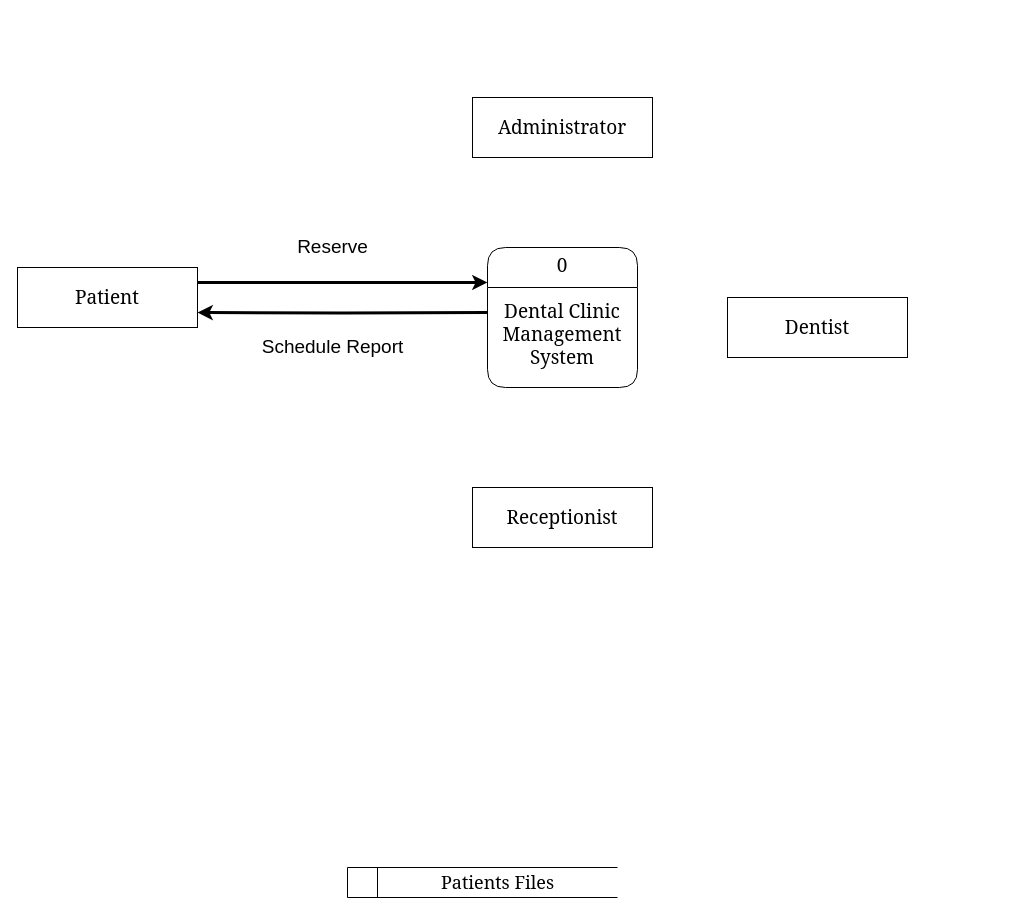
MohamedIsa/Dental-Clinic-System keeps this draw.io diagram as Untitled Diagram.drawio. Above is the earlier version. Source tidied: cells renumbered, new cells numbered last; positions are measured from the earlier drawing's top-left corner, leaving out a move shared by most shapes. Both pictures are drawn from the tidied source at 100%, with x=0, y=0 at pixel (17, 97).
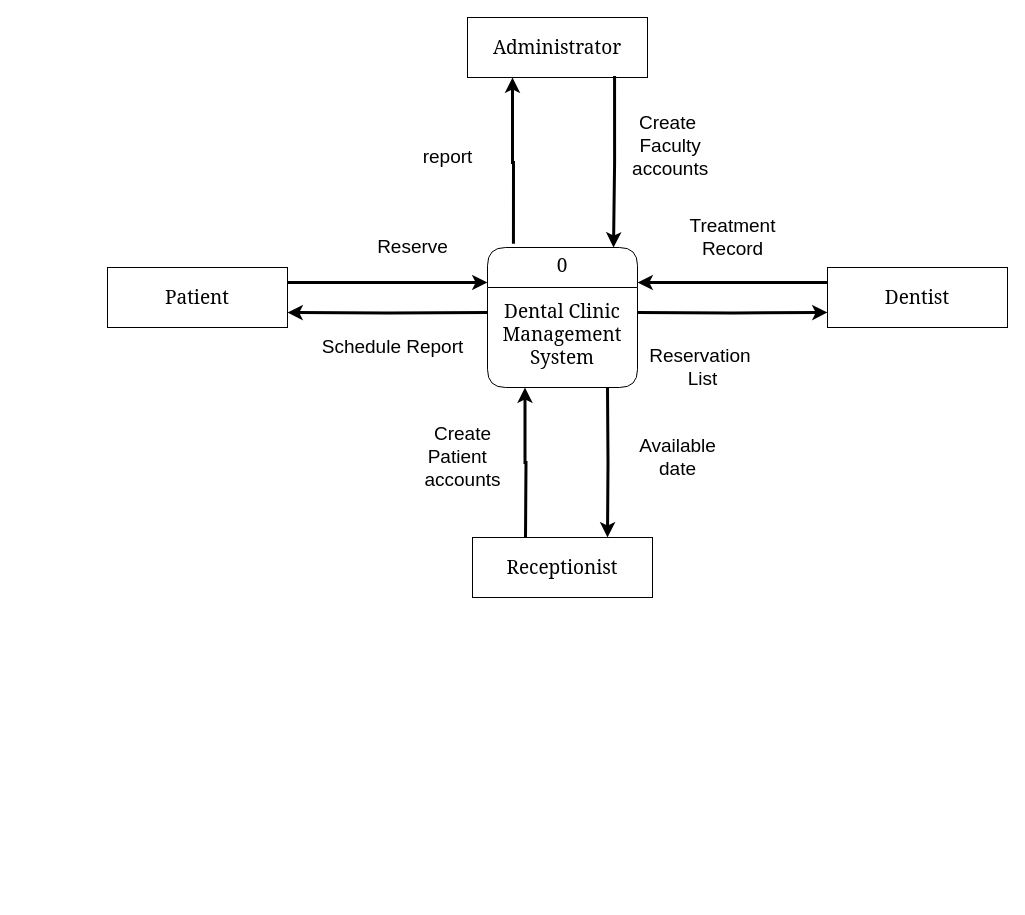
The same page after the edit.

The change refers to these unchanged cells:
```xml
<mxCell id="4" value="0&#10;&#10;Dental Clinic&#10;Management&#10;System&#10;" style="swimlane;fontStyle=0;horizontal=1;startSize=40;fillColor=#ffffff;swimlaneFillColor=#ffffff;rounded=1;fontSize=19;fontFamily=Georgia;verticalAlign=top;" parent="1" vertex="1">
  <mxGeometry x="470" y="150" width="150" height="140" as="geometry" />
</mxCell>
```

Diff of the diagram source:
```diff
@@
-    <mxCell id="2" value="&lt;span style=&quot;white-space: pre;&quot;&gt;&#9;&lt;/span&gt;&lt;span style=&quot;white-space: pre;&quot;&gt;&#9;&lt;/span&gt;&amp;nbsp; &amp;nbsp;Patients Files" style="html=1;dashed=0;whiteSpace=wrap;shape=mxgraph.dfd.dataStoreID;align=left;spacingLeft=3;fontFamily=Georgia;fontSize=18;" parent="1" vertex="1">
-      <mxGeometry x="330" y="770" width="270" height="30" as="geometry" />
-    </mxCell>
@@
     <mxCell id="5" value="Administrator" style="html=1;dashed=0;whiteSpace=wrap;rounded=0;fontSize=19;fontFamily=Georgia;" parent="1" vertex="1">
-      <mxGeometry x="455" width="180" height="60" as="geometry" />
+      <mxGeometry x="450" y="-80" width="180" height="60" as="geometry" />
     </mxCell>
@@
     <mxCell id="7" value="Patient" style="html=1;dashed=0;whiteSpace=wrap;rounded=0;fontSize=19;fontFamily=Georgia;" parent="1" vertex="1">
-      <mxGeometry y="170" width="180" height="60" as="geometry" />
+      <mxGeometry x="90" y="170" width="180" height="60" as="geometry" />
     </mxCell>
     <mxCell id="8" value="Receptionist" style="html=1;dashed=0;whiteSpace=wrap;rounded=0;fontSize=19;fontFamily=Georgia;" parent="1" vertex="1">
-      <mxGeometry x="455" y="390" width="180" height="60" as="geometry" />
+      <mxGeometry x="455" y="440" width="180" height="60" as="geometry" />
     </mxCell>
     <mxCell id="9" value="Dentist" style="html=1;dashed=0;whiteSpace=wrap;rounded=0;fontSize=19;fontFamily=Georgia;" parent="1" vertex="1">
-      <mxGeometry x="710" y="200" width="180" height="60" as="geometry" />
+      <mxGeometry x="810" y="170" width="180" height="60" as="geometry" />
     </mxCell>
     <mxCell id="10" value="&lt;font style=&quot;font-size: 19px;&quot;&gt;Reserve&lt;/font&gt;" style="text;html=1;align=center;verticalAlign=middle;strokeColor=none;fillColor=none;" parent="1" vertex="1">
-      <mxGeometry x="270" y="130" width="90" height="40" as="geometry" />
+      <mxGeometry x="350" y="130" width="90" height="40" as="geometry" />
     </mxCell>
     <mxCell id="11" value="&lt;font style=&quot;font-size: 19px;&quot;&gt;Schedule Report&lt;/font&gt;" style="text;html=1;align=center;verticalAlign=middle;strokeColor=none;fillColor=none;" parent="1" vertex="1">
-      <mxGeometry x="230" y="230" width="170" height="40" as="geometry" />
+      <mxGeometry x="290" y="230" width="170" height="40" as="geometry" />
     </mxCell>
+    <mxCell id="12" style="edgeStyle=orthogonalEdgeStyle;rounded=0;jettySize=auto;html=1;exitX=0.817;exitY=0.976;exitDx=0;exitDy=0;strokeWidth=3;exitPerimeter=0;" parent="1" edge="1" source="5">
+      <mxGeometry relative="1" as="geometry">
+        <mxPoint x="596" y="150" as="targetPoint" />
+      </mxGeometry>
+    </mxCell>
+    <mxCell id="13" style="edgeStyle=orthogonalEdgeStyle;rounded=0;jettySize=auto;html=1;entryX=0.25;entryY=1;entryDx=0;entryDy=0;strokeWidth=3;exitX=0.173;exitY=-0.026;exitDx=0;exitDy=0;exitPerimeter=0;" parent="1" edge="1" source="4" target="5">
+      <mxGeometry relative="1" as="geometry" />
+    </mxCell>
+    <mxCell id="14" style="edgeStyle=orthogonalEdgeStyle;rounded=0;jettySize=auto;html=1;entryX=0.75;entryY=0;entryDx=0;entryDy=0;strokeWidth=3;" parent="1" edge="1" target="8">
+      <mxGeometry relative="1" as="geometry">
+        <mxPoint x="590" y="290" as="sourcePoint" />
+      </mxGeometry>
+    </mxCell>
+    <mxCell id="15" style="edgeStyle=orthogonalEdgeStyle;rounded=0;jettySize=auto;html=1;entryX=0.25;entryY=1;entryDx=0;entryDy=0;strokeWidth=3;" parent="1" edge="1" target="4">
+      <mxGeometry relative="1" as="geometry">
+        <mxPoint x="508" y="440" as="sourcePoint" />
+      </mxGeometry>
+    </mxCell>
+    <mxCell id="16" style="edgeStyle=orthogonalEdgeStyle;rounded=0;jettySize=auto;html=1;exitX=0;exitY=0.25;exitDx=0;exitDy=0;entryX=1;entryY=0.25;entryDx=0;entryDy=0;strokeWidth=3;" parent="1" edge="1" source="9" target="4">
+      <mxGeometry relative="1" as="geometry" />
+    </mxCell>
+    <mxCell id="17" style="edgeStyle=orthogonalEdgeStyle;rounded=0;jettySize=auto;html=1;entryX=0;entryY=0.75;entryDx=0;entryDy=0;strokeWidth=3;" parent="1" edge="1" target="9">
+      <mxGeometry relative="1" as="geometry">
+        <mxPoint x="620" y="215" as="sourcePoint" />
+      </mxGeometry>
+    </mxCell>
+    <mxCell id="18" value="&lt;span style=&quot;font-size: 19px;&quot;&gt;Create&lt;br&gt;&amp;nbsp;Faculty&lt;br&gt;&amp;nbsp;accounts&lt;br&gt;&lt;br&gt;&lt;/span&gt;" style="text;html=1;align=center;verticalAlign=middle;strokeColor=none;fillColor=none;" parent="1" vertex="1">
+      <mxGeometry x="600" y="10" width="100" height="100" as="geometry" />
+    </mxCell>
+    <mxCell id="19" value="&lt;span style=&quot;font-size: 19px;&quot;&gt;report&lt;br&gt;&lt;/span&gt;" style="text;html=1;align=center;verticalAlign=middle;strokeColor=none;fillColor=none;" parent="1" vertex="1">
+      <mxGeometry x="395" y="40" width="70" height="40" as="geometry" />
+    </mxCell>
+    <mxCell id="20" value="&lt;span style=&quot;font-size: 19px;&quot;&gt;Reservation&amp;nbsp;&lt;br&gt;List&lt;br&gt;&lt;/span&gt;" style="text;html=1;align=center;verticalAlign=middle;strokeColor=none;fillColor=none;" parent="1" vertex="1">
+      <mxGeometry x="620" y="240" width="130" height="60" as="geometry" />
+    </mxCell>
+    <mxCell id="21" value="&lt;span style=&quot;font-size: 19px;&quot;&gt;Treatment &lt;br&gt;Record&lt;br&gt;&lt;/span&gt;" style="text;html=1;align=center;verticalAlign=middle;strokeColor=none;fillColor=none;" parent="1" vertex="1">
+      <mxGeometry x="660" y="110" width="110" height="60" as="geometry" />
+    </mxCell>
+    <mxCell id="22" value="&lt;span style=&quot;font-size: 19px;&quot;&gt;Create &lt;br&gt;Patient&amp;nbsp;&amp;nbsp;&lt;br&gt;accounts&lt;br&gt;&lt;/span&gt;" style="text;html=1;align=center;verticalAlign=middle;strokeColor=none;fillColor=none;" parent="1" vertex="1">
+      <mxGeometry x="395" y="320" width="100" height="80" as="geometry" />
+    </mxCell>
+    <mxCell id="23" value="&lt;span style=&quot;font-size: 19px;&quot;&gt;&lt;br&gt;&lt;/span&gt;" style="text;html=1;align=center;verticalAlign=middle;strokeColor=none;fillColor=none;" parent="1" vertex="1">
+      <mxGeometry x="630" y="350" width="20" height="40" as="geometry" />
+    </mxCell>
+    <mxCell id="24" value="&lt;span style=&quot;font-size: 19px;&quot;&gt;Available&lt;br&gt;date&lt;br&gt;&lt;/span&gt;" style="text;html=1;align=center;verticalAlign=middle;strokeColor=none;fillColor=none;" parent="1" vertex="1">
+      <mxGeometry x="610" y="330" width="100" height="60" as="geometry" />
+    </mxCell>
```
